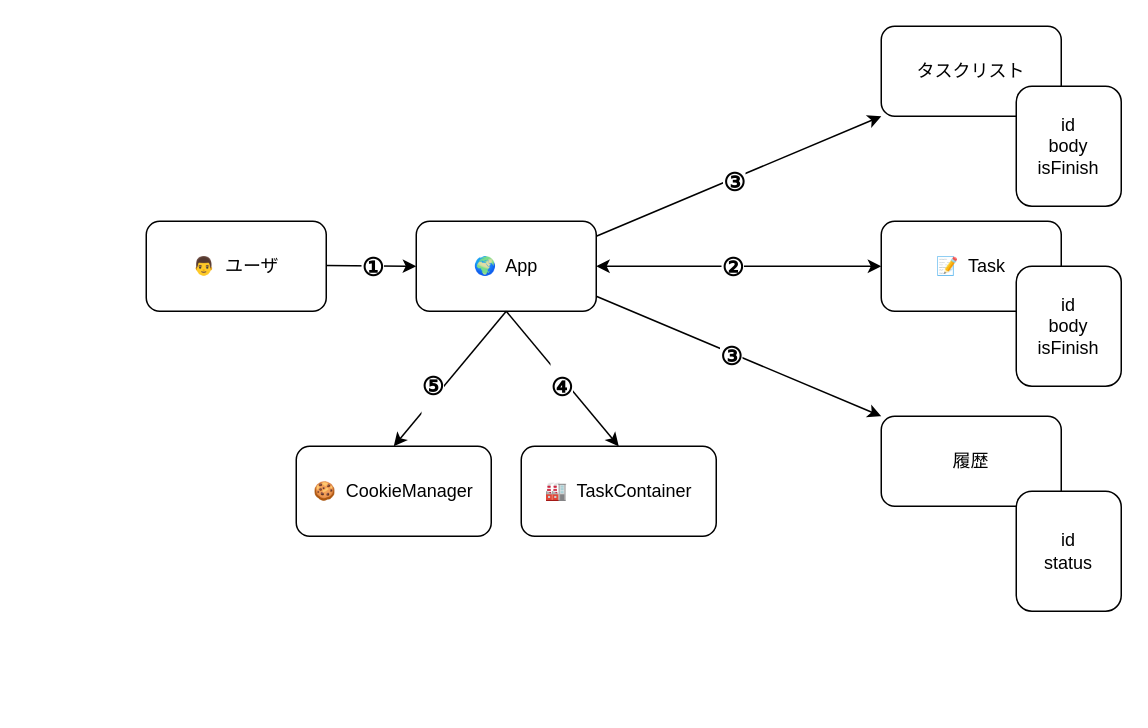
This is src/content/img/cookie-memo-input.dio from Shumpei0111/frontend-lecture, a draw.io file, before an edit. Source tidied: cells renumbered, new cells numbered last; positions are measured from the earlier drawing's top-left corner, leaving out a move shared by most shapes. Both pictures are drawn from the tidied source at 150%, with x=0, y=0 at pixel (146, 26).
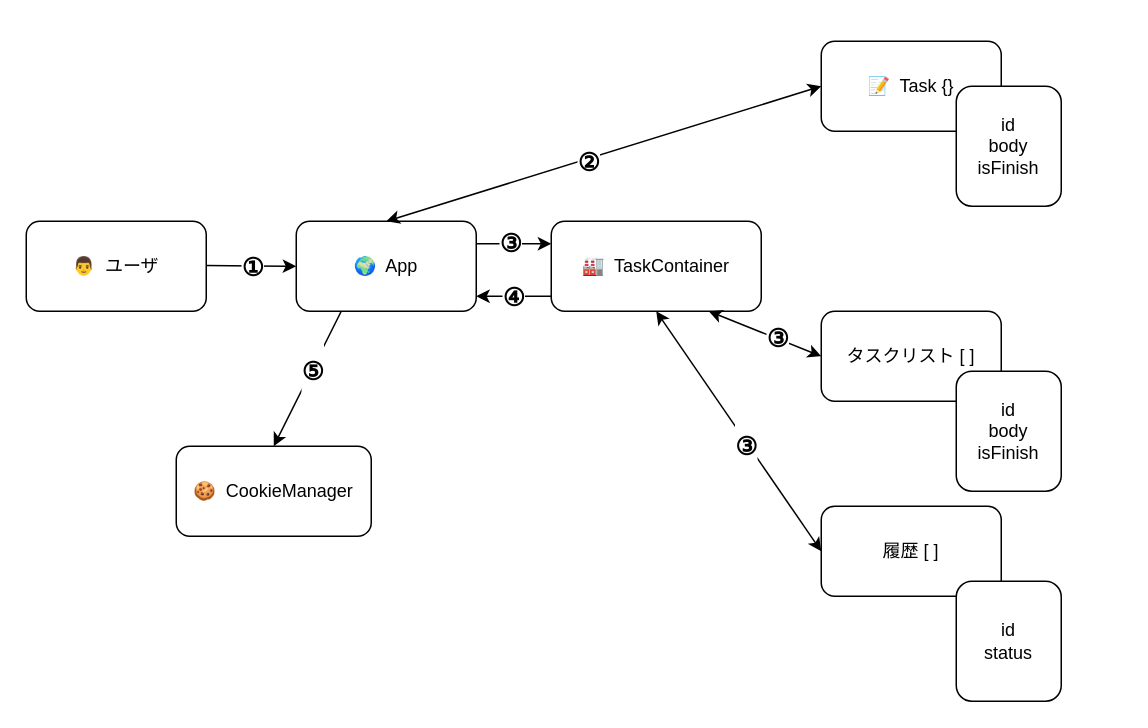
After the change.

Change to the diagram source:
```diff
@@
     <mxCell id="2" value="👨&amp;nbsp; ユーザ" style="rounded=1;whiteSpace=wrap;html=1;" parent="1" vertex="1">
-      <mxGeometry y="130" width="120" height="60" as="geometry" />
+      <mxGeometry x="-80" y="130" width="120" height="60" as="geometry" />
     </mxCell>
-    <mxCell id="3" value="📝&amp;nbsp; Task" style="rounded=1;whiteSpace=wrap;html=1;" parent="1" vertex="1">
-      <mxGeometry x="490" y="130" width="120" height="60" as="geometry" />
+    <mxCell id="3" value="📝&amp;nbsp; Task {}" style="rounded=1;whiteSpace=wrap;html=1;" parent="1" vertex="1">
+      <mxGeometry x="450" y="10" width="120" height="60" as="geometry" />
     </mxCell>
-    <mxCell id="4" value="履歴" style="rounded=1;whiteSpace=wrap;html=1;" parent="1" vertex="1">
-      <mxGeometry x="490" y="260" width="120" height="60" as="geometry" />
+    <mxCell id="4" value="履歴 [ ]" style="rounded=1;whiteSpace=wrap;html=1;" parent="1" vertex="1">
+      <mxGeometry x="450" y="320" width="120" height="60" as="geometry" />
     </mxCell>
-    <mxCell id="5" value="タスクリスト" style="rounded=1;whiteSpace=wrap;html=1;" parent="1" vertex="1">
-      <mxGeometry x="490" width="120" height="60" as="geometry" />
+    <mxCell id="5" value="タスクリスト [ ]" style="rounded=1;whiteSpace=wrap;html=1;" parent="1" vertex="1">
+      <mxGeometry x="450" y="190" width="120" height="60" as="geometry" />
     </mxCell>
     <mxCell id="6" value="🌍&amp;nbsp; App" style="rounded=1;whiteSpace=wrap;html=1;" parent="1" vertex="1">
-      <mxGeometry x="180" y="130" width="120" height="60" as="geometry" />
+      <mxGeometry x="100" y="130" width="120" height="60" as="geometry" />
     </mxCell>
     <mxCell id="7" style="endArrow=classic;html=1;entryX=0;entryY=0.5;entryDx=0;entryDy=0;" parent="1" edge="1" target="6">
       <mxGeometry relative="1" as="geometry">
-        <mxPoint x="120" y="159.5" as="sourcePoint" />
+        <mxPoint x="40" y="159.5" as="sourcePoint" />
       </mxGeometry>
     </mxCell>
@@
-    <mxCell id="9" style="endArrow=classic;html=1;entryX=0;entryY=1;entryDx=0;entryDy=0;" parent="1" edge="1" target="5">
-      <mxGeometry relative="1" as="geometry">
-        <mxPoint x="300" y="140" as="sourcePoint" />
-      </mxGeometry>
-    </mxCell>
-    <mxCell id="10" value="&lt;h2&gt;③&lt;/h2&gt;" style="edgeLabel;html=1;align=center;verticalAlign=middle;" parent="9" vertex="1">
-      <mxGeometry x="-0.05" y="-2" relative="1" as="geometry" />
-    </mxCell>
-    <mxCell id="11" style="endArrow=classic;html=1;entryX=0;entryY=0;entryDx=0;entryDy=0;" parent="1" edge="1" target="4">
-      <mxGeometry relative="1" as="geometry">
-        <mxPoint x="300" y="180" as="sourcePoint" />
-      </mxGeometry>
-    </mxCell>
-    <mxCell id="12" value="&lt;h2&gt;③&lt;/h2&gt;" style="edgeLabel;html=1;align=center;verticalAlign=middle;" parent="11" vertex="1">
-      <mxGeometry x="0.05" y="-4" relative="1" as="geometry">
-        <mxPoint x="-8" y="-6" as="offset" />
-      </mxGeometry>
-    </mxCell>
     <mxCell id="13" value="id&lt;br&gt;body&lt;br&gt;isFinish" style="rounded=1;whiteSpace=wrap;html=1;" parent="1" vertex="1">
-      <mxGeometry x="580" y="160" width="70" height="80" as="geometry" />
+      <mxGeometry x="540" y="40" width="70" height="80" as="geometry" />
     </mxCell>
     <mxCell id="14" value="id&lt;br&gt;status" style="rounded=1;whiteSpace=wrap;html=1;" parent="1" vertex="1">
-      <mxGeometry x="580" y="310" width="70" height="80" as="geometry" />
+      <mxGeometry x="540" y="370" width="70" height="80" as="geometry" />
     </mxCell>
     <mxCell id="15" value="🍪&amp;nbsp; CookieManager" style="rounded=1;whiteSpace=wrap;html=1;" parent="1" vertex="1">
-      <mxGeometry x="100" y="280" width="130" height="60" as="geometry" />
+      <mxGeometry x="20" y="280" width="130" height="60" as="geometry" />
     </mxCell>
     <mxCell id="16" value="id&lt;br&gt;body&lt;br&gt;isFinish" style="rounded=1;whiteSpace=wrap;html=1;" parent="1" vertex="1">
-      <mxGeometry x="580" y="40" width="70" height="80" as="geometry" />
+      <mxGeometry x="540" y="230" width="70" height="80" as="geometry" />
     </mxCell>
-    <mxCell id="17" value="🏭&amp;nbsp; TaskContainer" style="rounded=1;whiteSpace=wrap;html=1;" parent="1" vertex="1">
-      <mxGeometry x="250" y="280" width="130" height="60" as="geometry" />
-    </mxCell>
-    <mxCell id="18" style="endArrow=classic;html=1;entryX=0.5;entryY=0;entryDx=0;entryDy=0;" parent="1" edge="1" target="15">
-      <mxGeometry relative="1" as="geometry">
-        <mxPoint x="240" y="190" as="sourcePoint" />
-      </mxGeometry>
+    <mxCell id="18" style="endArrow=classic;html=1;entryX=0.5;entryY=0;entryDx=0;entryDy=0;exitX=0.25;exitY=1;exitDx=0;exitDy=0;" parent="1" edge="1" source="6" target="15">
+      <mxGeometry relative="1" as="geometry" />
     </mxCell>
     <mxCell id="19" value="&lt;h2&gt;⑤&lt;/h2&gt;" style="edgeLabel;html=1;align=center;verticalAlign=middle;" parent="18" vertex="1">
       <mxGeometry x="0.08" y="2" relative="1" as="geometry">
-        <mxPoint x="-11" as="offset" />
+        <mxPoint x="3" y="-10" as="offset" />
       </mxGeometry>
     </mxCell>
-    <mxCell id="20" style="endArrow=classic;html=1;entryX=0.5;entryY=0;entryDx=0;entryDy=0;" parent="1" edge="1" target="17">
-      <mxGeometry relative="1" as="geometry">
-        <mxPoint x="240" y="190" as="sourcePoint" />
-      </mxGeometry>
-    </mxCell>
-    <mxCell id="21" value="&lt;h2&gt;④&lt;/h2&gt;" style="edgeLabel;html=1;align=center;verticalAlign=middle;" parent="20" vertex="1">
-      <mxGeometry x="-0.01" y="-1" relative="1" as="geometry">
-        <mxPoint y="5" as="offset" />
-      </mxGeometry>
-    </mxCell>
-    <mxCell id="22" style="endArrow=classic;startArrow=classic;html=1;exitX=1;exitY=0.5;exitDx=0;exitDy=0;" parent="1" edge="1" source="6">
-      <mxGeometry relative="1" as="geometry">
-        <mxPoint x="490" y="160" as="targetPoint" />
-      </mxGeometry>
+    <mxCell id="22" style="endArrow=classic;startArrow=classic;html=1;exitX=0.5;exitY=0;exitDx=0;exitDy=0;entryX=0;entryY=0.5;entryDx=0;entryDy=0;" parent="1" edge="1" source="6" target="3">
+      <mxGeometry relative="1" as="geometry" />
     </mxCell>
     <mxCell id="23" value="&lt;h2&gt;②&lt;/h2&gt;" style="edgeLabel;html=1;align=center;verticalAlign=middle;" parent="22" vertex="1">
-      <mxGeometry x="0.02" y="1" relative="1" as="geometry">
-        <mxPoint x="-7" y="1" as="offset" />
+      <mxGeometry x="-0.14" relative="1" as="geometry">
+        <mxPoint x="9" y="-1" as="offset" />
       </mxGeometry>
     </mxCell>
+    <mxCell id="17" value="🏭&amp;nbsp; TaskContainer" style="rounded=1;whiteSpace=wrap;html=1;" parent="1" vertex="1">
+      <mxGeometry x="270" y="130" width="140" height="60" as="geometry" />
+    </mxCell>
+    <mxCell id="24" style="endArrow=classic;startArrow=classic;html=1;entryX=0;entryY=0.5;entryDx=0;entryDy=0;exitX=0.75;exitY=1;exitDx=0;exitDy=0;" parent="1" edge="1" source="17" target="5">
+      <mxGeometry relative="1" as="geometry" />
+    </mxCell>
+    <mxCell id="25" value="&lt;h2&gt;③&lt;/h2&gt;" style="edgeLabel;html=1;align=center;verticalAlign=middle;" parent="24" vertex="1">
+      <mxGeometry x="0.1" y="-1" relative="1" as="geometry">
+        <mxPoint x="5" as="offset" />
+      </mxGeometry>
+    </mxCell>
+    <mxCell id="26" style="endArrow=classic;startArrow=classic;html=1;entryX=0;entryY=0.5;entryDx=0;entryDy=0;exitX=0.5;exitY=1;exitDx=0;exitDy=0;" parent="1" edge="1" source="17" target="4">
+      <mxGeometry relative="1" as="geometry" />
+    </mxCell>
+    <mxCell id="27" value="&lt;h2&gt;③&lt;/h2&gt;" style="edgeLabel;html=1;align=center;verticalAlign=middle;" parent="26" vertex="1">
+      <mxGeometry x="-0.08" y="-1" relative="1" as="geometry">
+        <mxPoint x="10" y="16" as="offset" />
+      </mxGeometry>
+    </mxCell>
+    <mxCell id="28" style="endArrow=classic;html=1;exitX=1;exitY=0.25;exitDx=0;exitDy=0;entryX=0;entryY=0.25;entryDx=0;entryDy=0;" parent="1" edge="1" source="6" target="17">
+      <mxGeometry relative="1" as="geometry" />
+    </mxCell>
+    <mxCell id="29" value="&lt;h2&gt;③&lt;/h2&gt;" style="edgeLabel;html=1;align=center;verticalAlign=middle;" parent="28" vertex="1">
+      <mxGeometry x="-0.11" y="1" relative="1" as="geometry" />
+    </mxCell>
+    <mxCell id="30" style="endArrow=classic;html=1;exitX=1;exitY=0.25;exitDx=0;exitDy=0;entryX=0;entryY=0.25;entryDx=0;entryDy=0;" parent="1" edge="1">
+      <mxGeometry relative="1" as="geometry">
+        <mxPoint x="270" y="180" as="sourcePoint" />
+        <mxPoint x="220" y="180" as="targetPoint" />
+      </mxGeometry>
+    </mxCell>
+    <mxCell id="21" value="&lt;h2&gt;④&lt;/h2&gt;" style="edgeLabel;html=1;align=center;verticalAlign=middle;" parent="30" vertex="1">
+      <mxGeometry x="0.03" relative="1" as="geometry" />
+    </mxCell>
```
